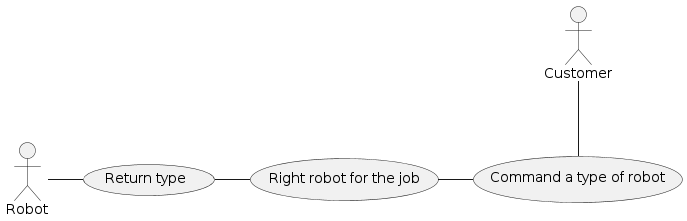
ur-cs-courses/course-project-catch-up keeps this PlantUML diagram as docs/design/usecases/usecase2.png. Above is the earlier version. The source it was exported from:
```plantuml
@startuml UseCase1

actor Customer as C
actor Robot as R

usecase Command as "Command a type of robot"
usecase GiveType as "Return type"
usecase CheckType as "Right robot for the job"

C -- Command

GiveType - CheckType
CheckType - Command
R - GiveType
@enduml
```
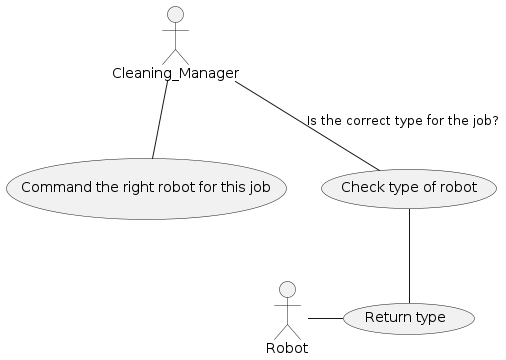
Later version of the same file.

The edit, as a diff of the source:
```diff
@@ -1,15 +1,15 @@
-@startuml UseCase1
+@startuml UseCase2
 
-actor Customer as C
+actor Cleaning_Manager  as C
 actor Robot as R
 
-usecase Command as "Command a type of robot"
+usecase Command as "Command the right robot for this job"
 usecase GiveType as "Return type"
-usecase CheckType as "Right robot for the job"
+usecase CheckType as "Check type of robot"
 
 C -- Command
+C -- CheckType: Is the correct type for the job?
 
-GiveType - CheckType
-CheckType - Command
+CheckType -- GiveType
 R - GiveType
 @enduml
```
